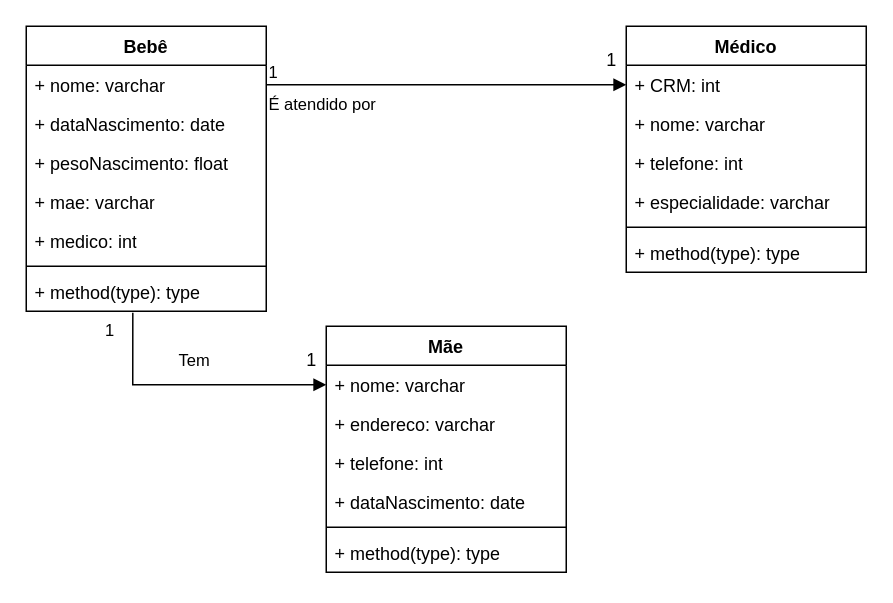
Before: Diagrama sem nome.drawio in GabrielOliveira9/Atividade-POO-II-Bercario, a draw.io diagram. Source tidied: cells renumbered, new cells numbered last; positions are measured from the earlier drawing's top-left corner, leaving out a move shared by most shapes. Both pictures are drawn from the tidied source at 150%, with x=0, y=0 at pixel (26, 26).
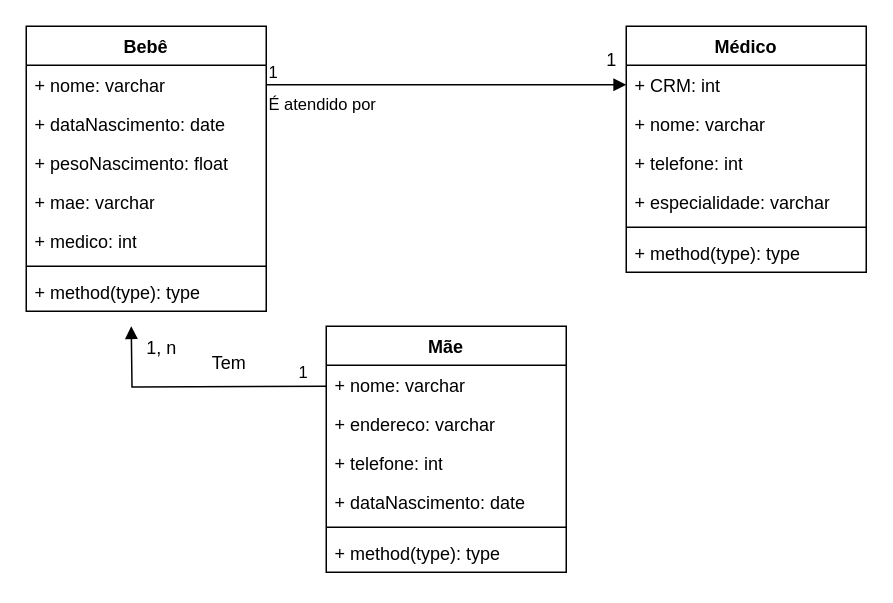
After the change.

The change refers to these unchanged cells:
```xml
<mxCell id="9" value="+ method(type): type" style="text;strokeColor=none;fillColor=none;align=left;verticalAlign=top;spacingLeft=4;spacingRight=4;overflow=hidden;points=[[0,0.5],[1,0.5]];portConstraint=eastwest;whiteSpace=wrap;html=1;" parent="2" vertex="1">
  <mxGeometry y="164" width="160" height="26" as="geometry" />
</mxCell>
<mxCell id="11" value="+ nome: varchar" style="text;strokeColor=none;fillColor=none;align=left;verticalAlign=top;spacingLeft=4;spacingRight=4;overflow=hidden;points=[[0,0.5],[1,0.5]];portConstraint=eastwest;whiteSpace=wrap;html=1;" parent="10" vertex="1">
  <mxGeometry y="26" width="160" height="26" as="geometry" />
</mxCell>
```

Change to the diagram source:
```diff
@@
-    <mxCell id="27" value="Tem" style="endArrow=block;endFill=1;html=1;edgeStyle=orthogonalEdgeStyle;align=left;verticalAlign=top;rounded=0;entryX=0;entryY=0.5;entryDx=0;entryDy=0;exitX=0.444;exitY=1.038;exitDx=0;exitDy=0;exitPerimeter=0;" parent="1" edge="1" source="9" target="11">
-      <mxGeometry x="-0.79" y="29" relative="1" as="geometry" />
+    <mxCell id="27" value="Tem" style="text;html=1;align=center;verticalAlign=middle;strokeColor=none;fillColor=none;" parent="1" vertex="1">
+      <mxGeometry x="110" y="210" width="50" height="30" as="geometry" />
     </mxCell>
+    <mxCell id="30" value="1, n" style="text;html=1;align=center;verticalAlign=middle;strokeColor=none;fillColor=none;" parent="1" vertex="1">
+      <mxGeometry x="70" y="200" width="40" height="30" as="geometry" />
+    </mxCell>
+    <mxCell id="31" style="endArrow=block;endFill=1;html=1;edgeStyle=orthogonalEdgeStyle;align=left;verticalAlign=top;rounded=0;" parent="1" edge="1">
+      <mxGeometry x="-1" relative="1" as="geometry">
+        <mxPoint x="200" y="240" as="sourcePoint" />
+        <mxPoint x="70" y="200" as="targetPoint" />
+      </mxGeometry>
+    </mxCell>
-    <mxCell id="28" value="1" style="edgeLabel;html=1;align=left;verticalAlign=bottom;" parent="27" vertex="1">
+    <mxCell id="28" value="1" style="edgeLabel;html=1;align=left;verticalAlign=bottom;" parent="31" vertex="1">
       <mxGeometry x="-1" relative="1" as="geometry">
-        <mxPoint x="-20" y="20" as="offset" />
+        <mxPoint x="-20" y="-1" as="offset" />
       </mxGeometry>
     </mxCell>
-    <mxCell id="29" value="1" style="text;html=1;align=center;verticalAlign=middle;strokeColor=none;fillColor=none;" parent="1" vertex="1">
-      <mxGeometry x="175" y="208" width="30" height="30" as="geometry" />
-    </mxCell>
```
